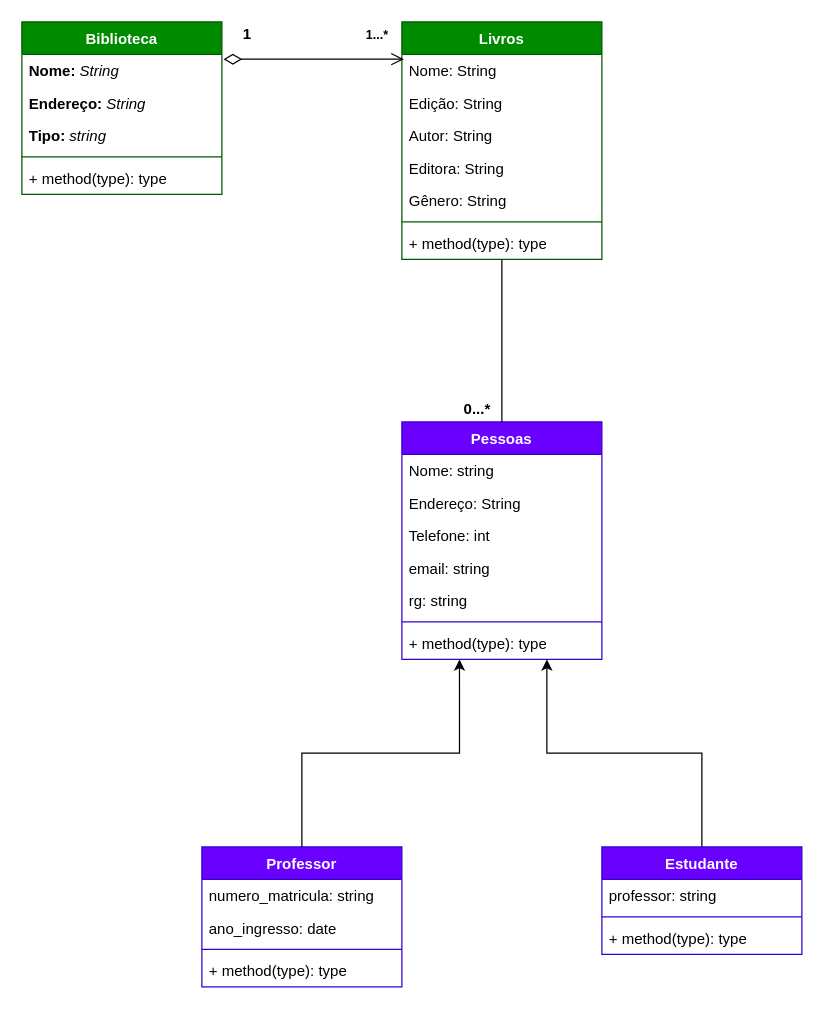
Above: uml_biblioteca.drawio in vittoralcan/uml_biblioteca (draw.io), before the change. Source tidied: cells renumbered, new cells numbered last; positions are measured from the earlier drawing's top-left corner, leaving out a move shared by most shapes. Both pictures are drawn from the tidied source at 125%, with x=0, y=0 at pixel (21, 21).
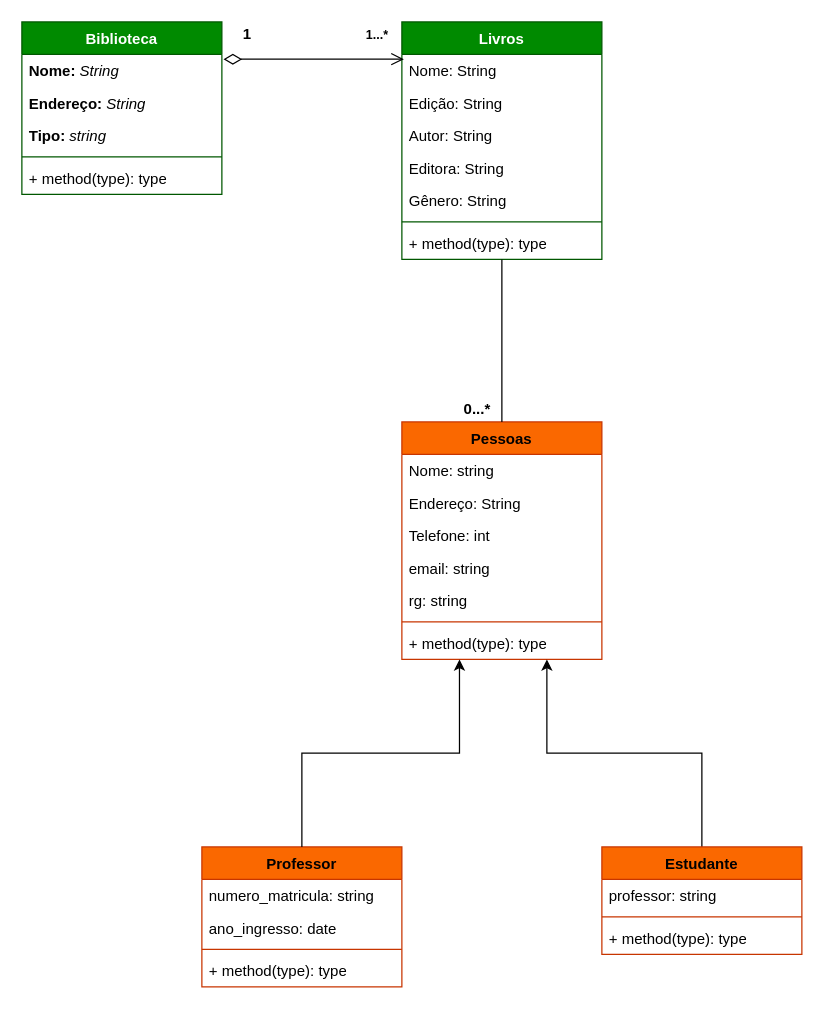
After the change.

Diff of the diagram source:
```diff
@@
-    <mxCell id="8" value="Pessoas" style="swimlane;fontStyle=1;align=center;verticalAlign=top;horizontal=1;startSize=26;whiteSpace=wrap;html=1;fillColor=#6a00ff;fontColor=#ffffff;strokeColor=#3700CC;" parent="1" vertex="1">
+    <mxCell id="8" value="Pessoas" style="swimlane;fontStyle=1;align=center;verticalAlign=top;horizontal=1;startSize=26;whiteSpace=wrap;html=1;fillColor=#fa6800;fontColor=#000000;strokeColor=#C73500;" parent="1" vertex="1">
       <mxGeometry x="304" y="320" width="160" height="190" as="geometry" />
     </mxCell>
@@
-    <mxCell id="24" value="Professor" style="swimlane;fontStyle=1;align=center;verticalAlign=top;horizontal=1;startSize=26;whiteSpace=wrap;html=1;fillColor=#6a00ff;fontColor=#ffffff;strokeColor=#3700CC;" parent="1" vertex="1">
+    <mxCell id="24" value="Professor" style="swimlane;fontStyle=1;align=center;verticalAlign=top;horizontal=1;startSize=26;whiteSpace=wrap;html=1;fillColor=#fa6800;fontColor=#000000;strokeColor=#C73500;" parent="1" vertex="1">
       <mxGeometry x="144" y="660" width="160" height="112" as="geometry" />
     </mxCell>
@@
-    <mxCell id="30" value="Estudante" style="swimlane;fontStyle=1;align=center;verticalAlign=top;horizontal=1;startSize=26;whiteSpace=wrap;html=1;fillColor=#6a00ff;fontColor=#ffffff;strokeColor=#3700CC;" parent="1" vertex="1">
+    <mxCell id="30" value="Estudante" style="swimlane;fontStyle=1;align=center;verticalAlign=top;horizontal=1;startSize=26;whiteSpace=wrap;html=1;fillColor=#fa6800;fontColor=#000000;strokeColor=#C73500;" parent="1" vertex="1">
       <mxGeometry x="464" y="660" width="160" height="86" as="geometry" />
     </mxCell>
```
